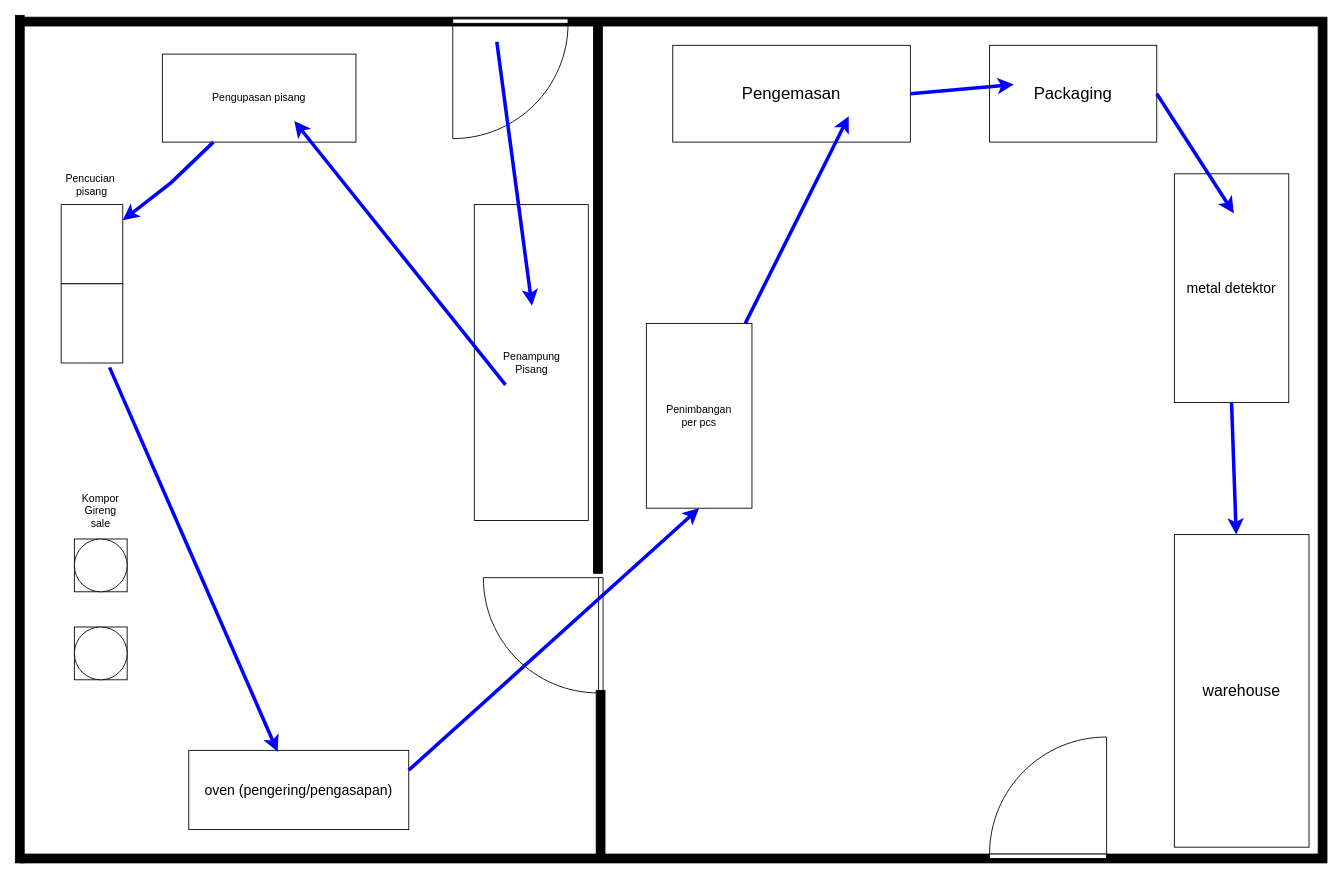
The draw.io diagram Untitled Diagram.drawio in joeinus134131/OnlineDiagramProject, before the edit. Source tidied: cells renumbered, new cells numbered last; positions are measured from the earlier drawing's top-left corner, leaving out a move shared by most shapes. Both pictures are drawn from the tidied source at 88%, with x=0, y=0 at pixel (15, -214).
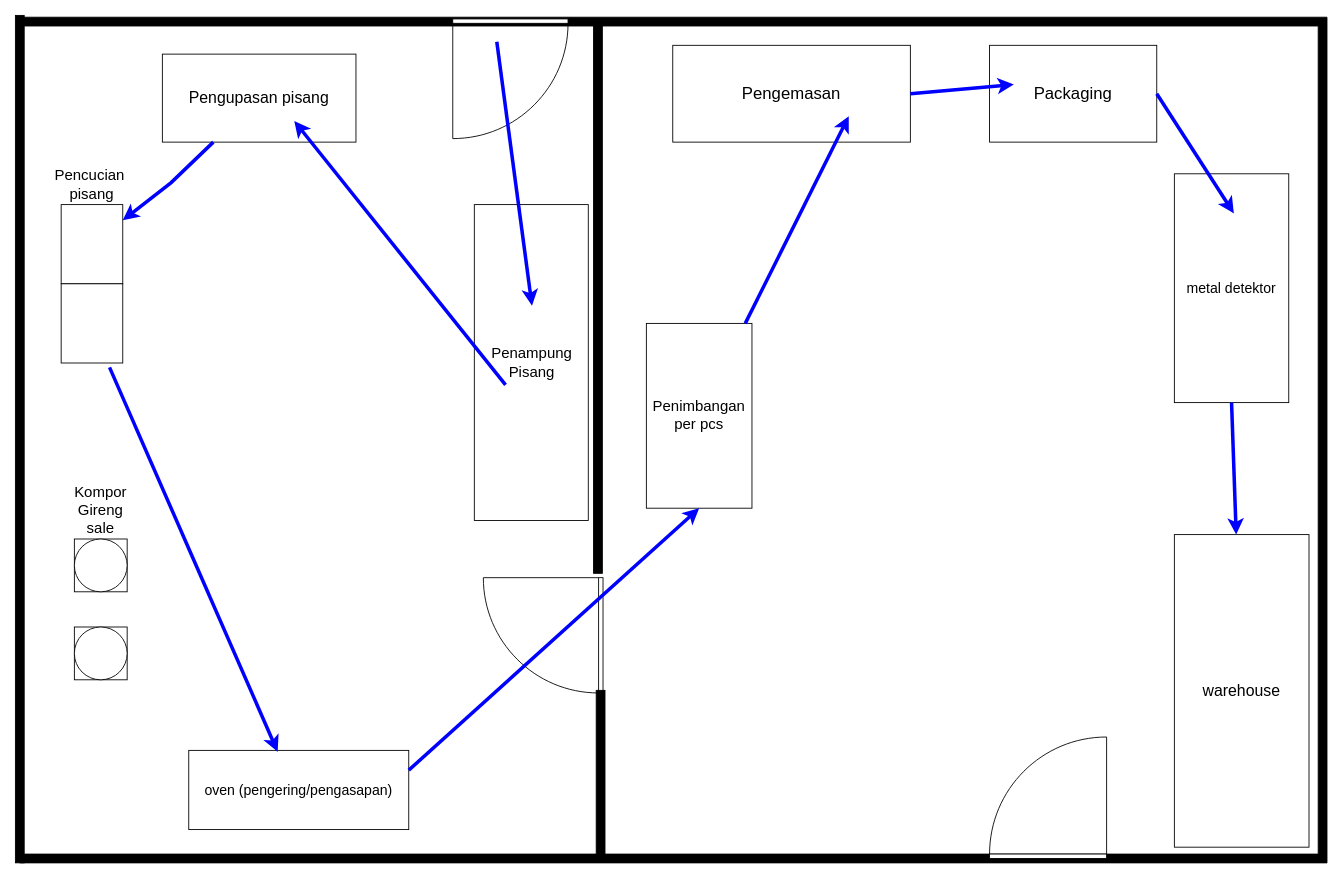
After the change.

What changed in the source:
```diff
@@
-    <mxCell id="11" value="Penimbangan&lt;br&gt;per pcs" style="rounded=0;whiteSpace=wrap;html=1;rotation=0;" parent="1" vertex="1">
+    <mxCell id="11" value="&lt;font style=&quot;font-size: 17px;&quot;&gt;Penimbangan&lt;br&gt;per pcs&lt;/font&gt;" style="rounded=0;whiteSpace=wrap;html=1;rotation=0;" parent="1" vertex="1">
       <mxGeometry x="717" y="610" width="120" height="210" as="geometry" />
     </mxCell>
@@
-    <mxCell id="21" value="Penampung&lt;br&gt;Pisang" style="rounded=0;whiteSpace=wrap;html=1;rotation=0;" parent="1" vertex="1">
+    <mxCell id="21" value="&lt;font style=&quot;font-size: 17px;&quot;&gt;Penampung&lt;br&gt;Pisang&lt;/font&gt;" style="rounded=0;whiteSpace=wrap;html=1;rotation=0;" parent="1" vertex="1">
       <mxGeometry x="521.5" y="475" width="129.5" height="359" as="geometry" />
     </mxCell>
-    <mxCell id="22" value="Pengupasan pisang" style="rounded=0;whiteSpace=wrap;html=1;" parent="1" vertex="1">
+    <mxCell id="22" value="&lt;font style=&quot;font-size: 18px;&quot;&gt;Pengupasan pisang&lt;/font&gt;" style="rounded=0;whiteSpace=wrap;html=1;" parent="1" vertex="1">
       <mxGeometry x="167" y="304" width="220" height="100" as="geometry" />
     </mxCell>
-    <mxCell id="23" value="Pencucian&amp;nbsp; pisang" style="text;html=1;strokeColor=none;fillColor=none;align=center;verticalAlign=middle;whiteSpace=wrap;rounded=0;" parent="1" vertex="1">
+    <mxCell id="23" value="&lt;font style=&quot;font-size: 17px;&quot;&gt;Pencucian&amp;nbsp; pisang&lt;/font&gt;" style="text;html=1;strokeColor=none;fillColor=none;align=center;verticalAlign=middle;whiteSpace=wrap;rounded=0;" parent="1" vertex="1">
       <mxGeometry x="57" y="420" width="60" height="65" as="geometry" />
     </mxCell>
-    <mxCell id="24" value="Kompor&lt;br&gt;Gireng sale" style="text;html=1;strokeColor=none;fillColor=none;align=center;verticalAlign=middle;whiteSpace=wrap;rounded=0;" parent="1" vertex="1">
+    <mxCell id="24" value="&lt;font style=&quot;font-size: 17px;&quot;&gt;Kompor&lt;br&gt;Gireng sale&lt;/font&gt;" style="text;html=1;strokeColor=none;fillColor=none;align=center;verticalAlign=middle;whiteSpace=wrap;rounded=0;" parent="1" vertex="1">
       <mxGeometry x="67" y="790" width="60" height="65" as="geometry" />
     </mxCell>
```
